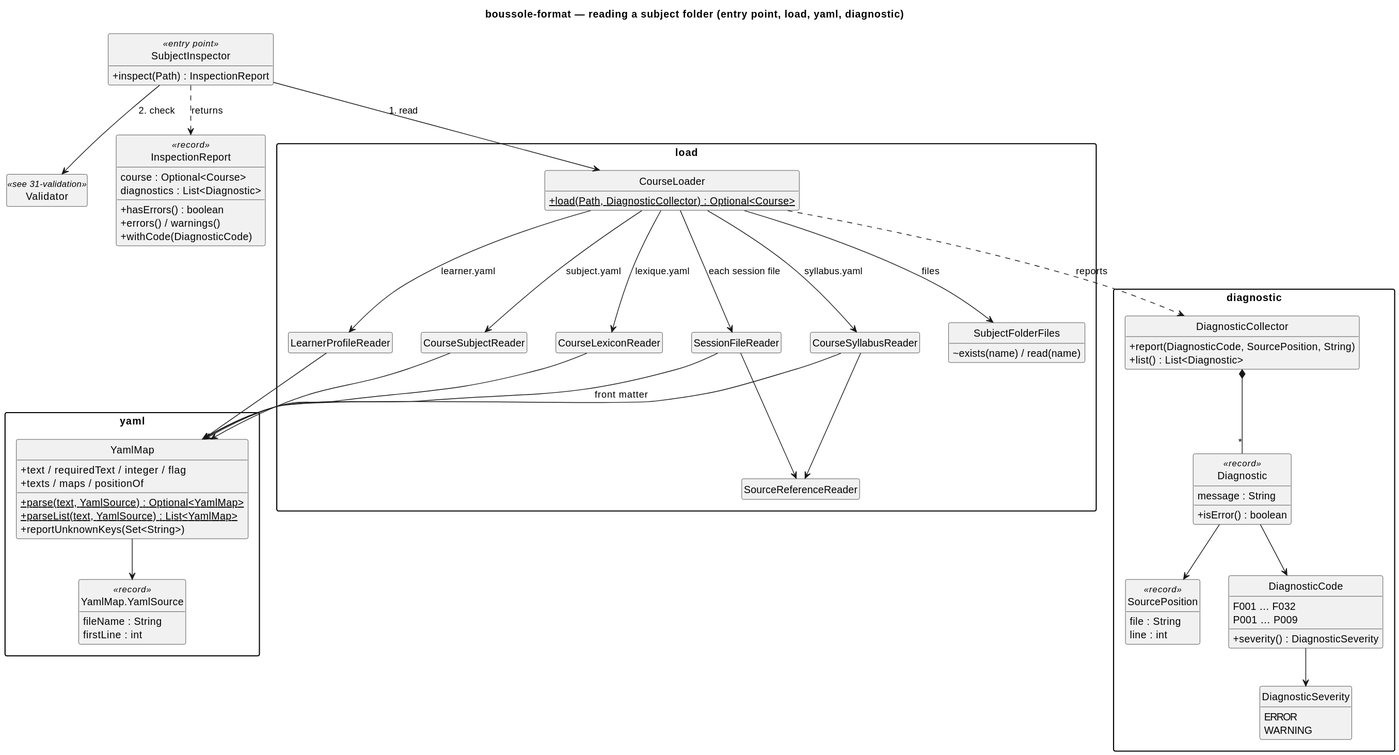
This is docs/diagrams/30-loading.svg from lucasssoh/Boussole, a PlantUML export, as it was before one commit.
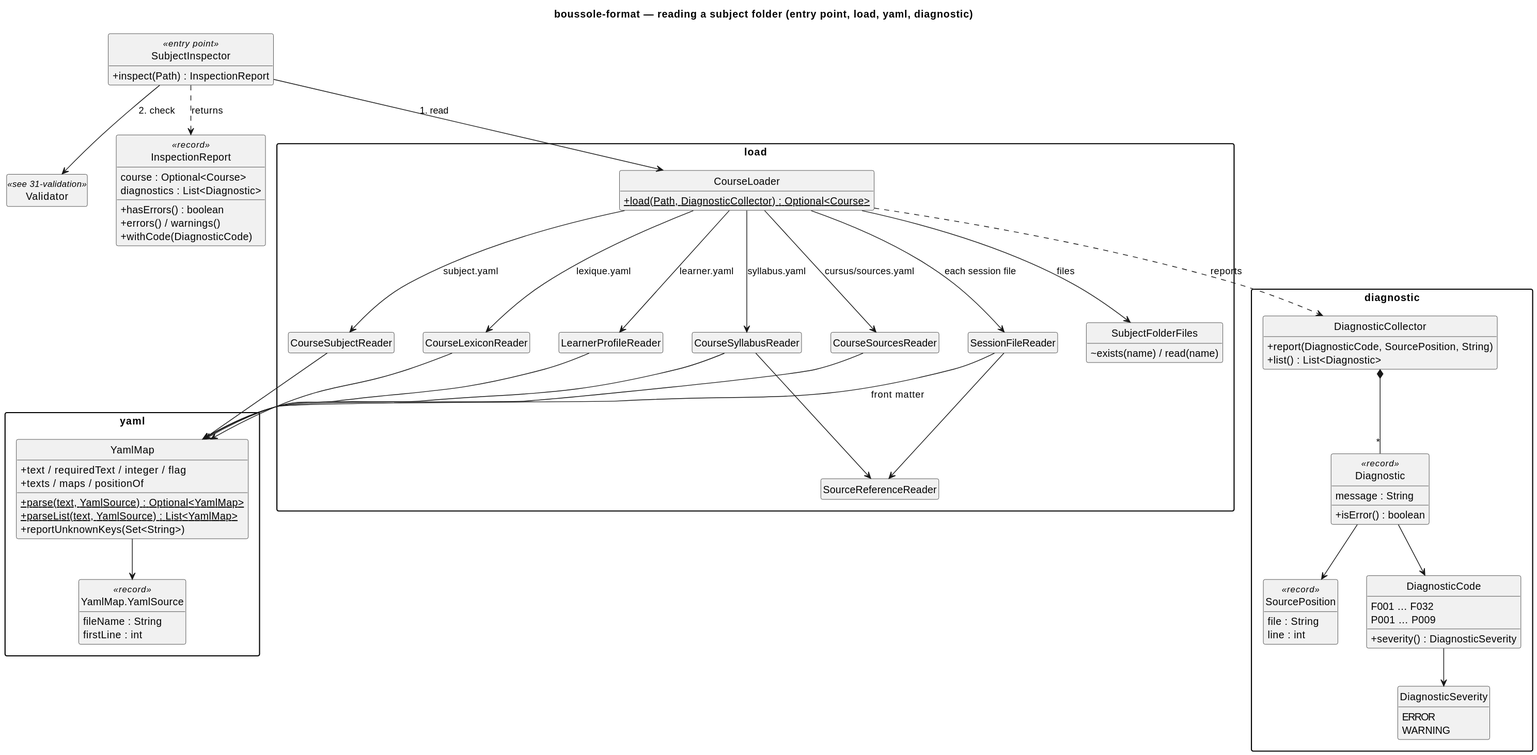
Later version of the same file.

What changed in the source:
```diff
@@ -30,6 +30,7 @@
   class CourseSyllabusReader
   class CourseLexiconReader
   class LearnerProfileReader
+  class CourseSourcesReader
   class SessionFileReader
   class SourceReferenceReader
 }
@@ -79,6 +80,8 @@
 CourseLoader --> CourseSyllabusReader : syllabus.yaml
 CourseLoader --> CourseLexiconReader : lexique.yaml
 CourseLoader --> LearnerProfileReader : learner.yaml
+CourseLoader --> CourseSourcesReader : cursus/sources.yaml
+CourseSourcesReader --> YamlMap
 CourseLoader --> SessionFileReader : each session file
 CourseSyllabusReader --> SourceReferenceReader
 SessionFileReader --> SourceReferenceReader
```
